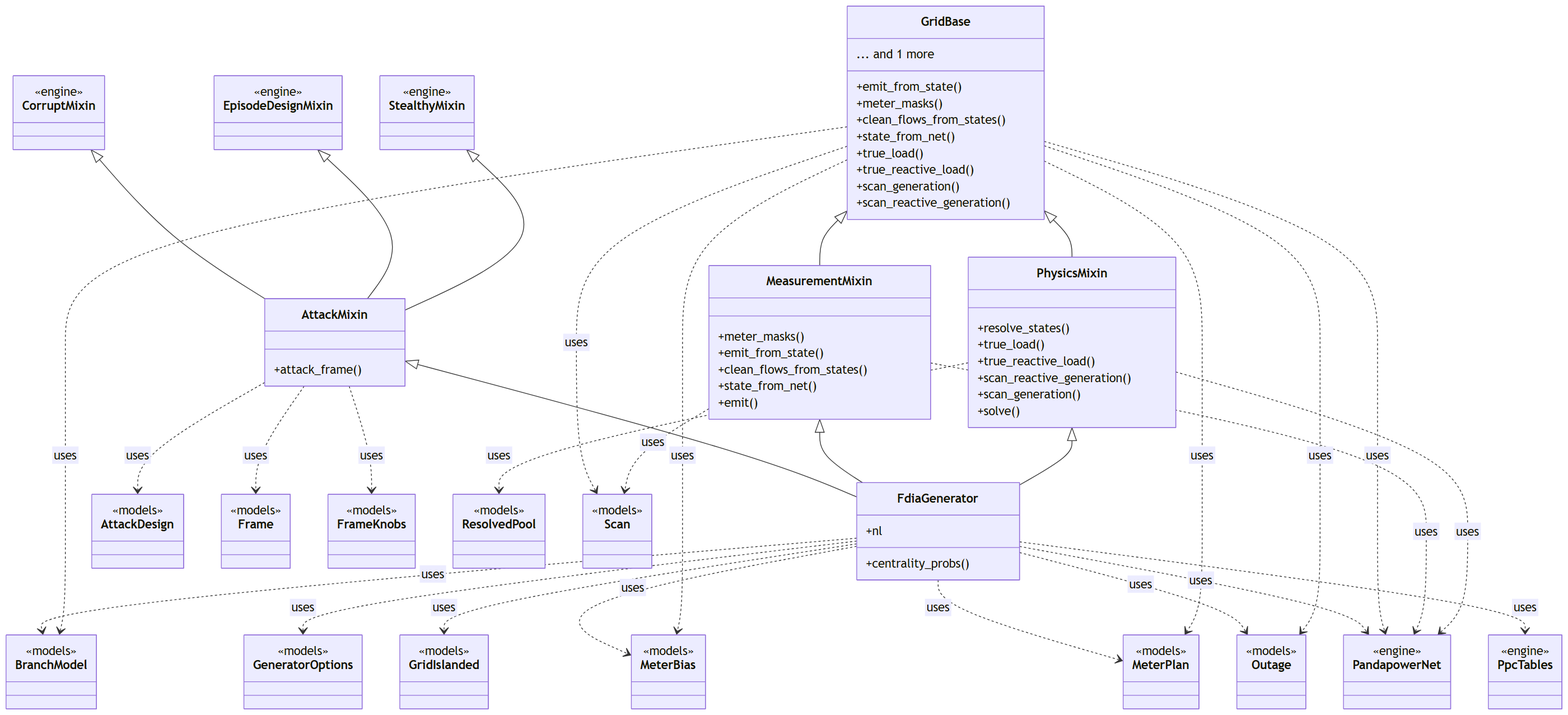
Above: docs/figures/diagrams/classes_engine.png in myersben9/fdia-graph (Mermaid), before the change. Its source is kept beside it as docs/figures/diagrams/classes_engine.mmd.
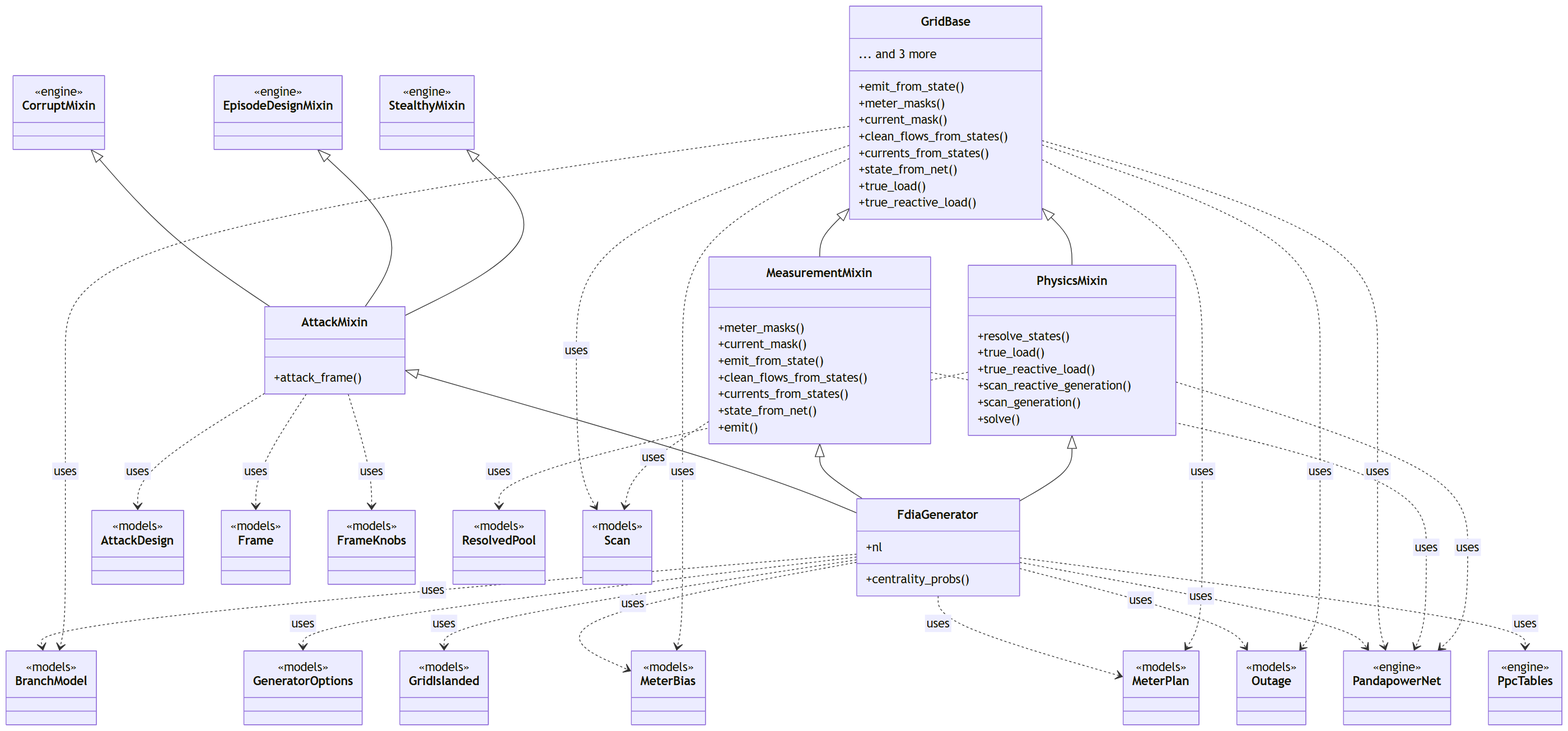
Later version of the same file.

Diff of the diagram source:
```diff
@@ -2,18 +2,20 @@
     class GridBase {
         +emit_from_state()
         +meter_masks()
+        +current_mask()
         +clean_flows_from_states()
+        +currents_from_states()
         +state_from_net()
         +true_load()
         +true_reactive_load()
-        +scan_generation()
-        +scan_reactive_generation()
-        ... and 1 more
+        ... and 3 more
     }
     class MeasurementMixin {
         +meter_masks()
+        +current_mask()
         +emit_from_state()
         +clean_flows_from_states()
+        +currents_from_states()
         +state_from_net()
         +emit()
     }
```
